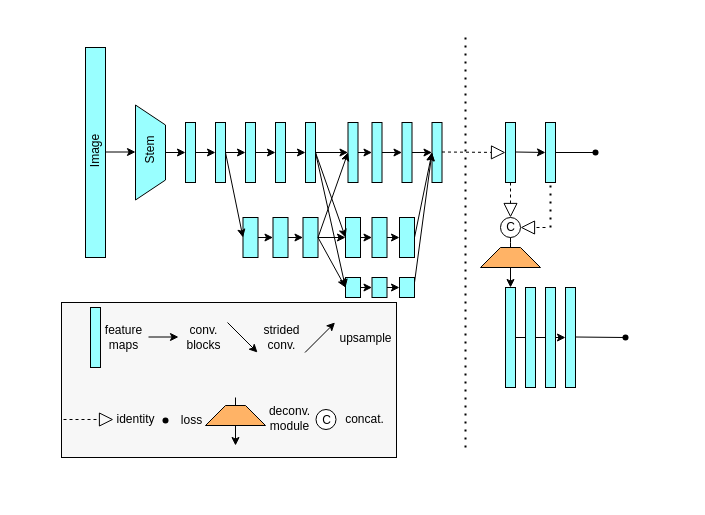
Before: 未命名绘图.drawio in lnavader/front-end, a draw.io diagram. Source tidied: cells renumbered, new cells numbered last; positions are measured from the earlier drawing's top-left corner, leaving out a move shared by most shapes. Both pictures are drawn from the tidied source at 100%, with x=0, y=0 at pixel (61, 37).
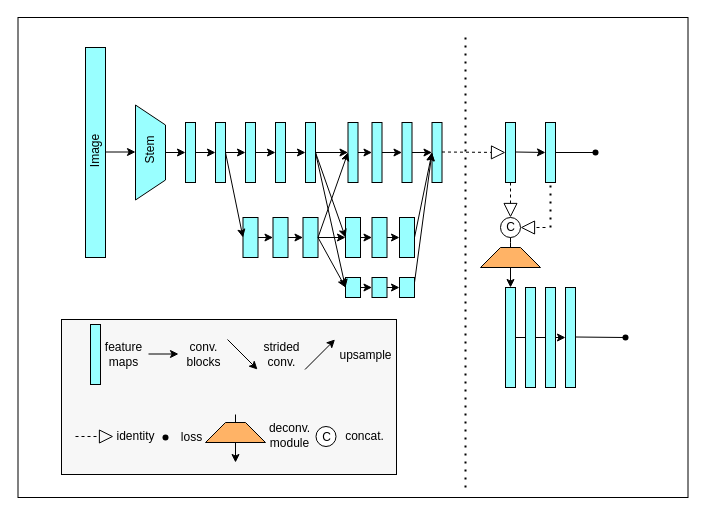
The same page after the edit.

Diff of the diagram source:
```diff
@@
+    <mxCell id="92" style="rounded=0;whiteSpace=wrap;html=1;fillColor=#FFFFFF;" parent="1" vertex="1">
+      <mxGeometry x="-43.5" y="-20" width="670" height="480" as="geometry" />
+    </mxCell>
     <mxCell id="2" style="rounded=0;whiteSpace=wrap;html=1;fillColor=#F7F7F7;" parent="1" vertex="1">
-      <mxGeometry y="265" width="335" height="155" as="geometry" />
+      <mxGeometry y="282" width="335" height="155" as="geometry" />
     </mxCell>
@@
     <mxCell id="51" style="endArrow=none;dashed=1;html=1;dashPattern=1 3;strokeWidth=2;rounded=0;" parent="1" edge="1">
       <mxGeometry relative="1" as="geometry">
-        <mxPoint x="404" y="410" as="sourcePoint" />
+        <mxPoint x="404" y="450" as="sourcePoint" />
         <mxPoint x="404" as="targetPoint" />
       </mxGeometry>
     </mxCell>
@@
     <mxCell id="69" style="rounded=0;whiteSpace=wrap;html=1;fillColor=#99FFFF;" parent="1" vertex="1">
-      <mxGeometry x="29" y="270" width="10" height="60" as="geometry" />
+      <mxGeometry x="29" y="287" width="10" height="60" as="geometry" />
     </mxCell>
     <mxCell id="70" style="endArrow=classic;html=1;rounded=0;" parent="1" edge="1">
       <mxGeometry relative="1" as="geometry">
-        <mxPoint x="87" y="299.5" as="sourcePoint" />
-        <mxPoint x="117" y="299.5" as="targetPoint" />
+        <mxPoint x="87" y="316.5" as="sourcePoint" />
+        <mxPoint x="117" y="316.5" as="targetPoint" />
       </mxGeometry>
     </mxCell>
     <mxCell id="71" style="endArrow=classic;html=1;rounded=0;" parent="1" edge="1">
       <mxGeometry relative="1" as="geometry">
-        <mxPoint x="166" y="285" as="sourcePoint" />
-        <mxPoint x="196" y="315" as="targetPoint" />
+        <mxPoint x="166" y="302" as="sourcePoint" />
+        <mxPoint x="196" y="332" as="targetPoint" />
       </mxGeometry>
     </mxCell>
     <mxCell id="72" style="endArrow=classic;html=1;rounded=0;" parent="1" edge="1">
       <mxGeometry relative="1" as="geometry">
-        <mxPoint x="243.5" y="315" as="sourcePoint" />
-        <mxPoint x="273.5" y="285" as="targetPoint" />
+        <mxPoint x="243.5" y="332" as="sourcePoint" />
+        <mxPoint x="273.5" y="302" as="targetPoint" />
       </mxGeometry>
     </mxCell>
     <mxCell id="73" style="endArrow=block;dashed=1;endFill=0;endSize=12;html=1;rounded=0;" parent="1" edge="1">
       <mxGeometry relative="1" as="geometry">
-        <mxPoint x="2" y="382" as="sourcePoint" />
-        <mxPoint x="52" y="382" as="targetPoint" />
+        <mxPoint x="14" y="399" as="sourcePoint" />
+        <mxPoint x="52" y="399" as="targetPoint" />
       </mxGeometry>
     </mxCell>
     <mxCell id="74" style="shape=waypoint;sketch=0;fillStyle=solid;size=6;fillColor=none;perimeter=centerPerimeter;" parent="1" vertex="1">
-      <mxGeometry x="84" y="363" width="40" height="40" as="geometry" />
+      <mxGeometry x="84" y="380" width="40" height="40" as="geometry" />
     </mxCell>
     <mxCell id="75" style="ellipse;whiteSpace=wrap;html=1;" parent="1" vertex="1">
-      <mxGeometry x="254.5" y="372" width="20" height="20" as="geometry" />
+      <mxGeometry x="254.5" y="389" width="20" height="20" as="geometry" />
     </mxCell>
     <mxCell id="76" value="feature&lt;br&gt;maps" style="text;html=1;align=center;verticalAlign=middle;fillColor=none;strokeColor=none;rounded=0;" parent="1" vertex="1">
-      <mxGeometry x="32" y="280" width="60" height="40" as="geometry" />
+      <mxGeometry x="32" y="297" width="60" height="40" as="geometry" />
     </mxCell>
     <mxCell id="77" value="conv.&lt;br&gt;blocks" style="text;html=1;align=center;verticalAlign=middle;fillColor=none;strokeColor=none;rounded=0;" parent="1" vertex="1">
-      <mxGeometry x="112" y="280" width="60" height="40" as="geometry" />
+      <mxGeometry x="112" y="297" width="60" height="40" as="geometry" />
     </mxCell>
     <mxCell id="78" value="strided&lt;br&gt;conv." style="text;html=1;align=center;verticalAlign=middle;fillColor=none;strokeColor=none;rounded=0;" parent="1" vertex="1">
-      <mxGeometry x="190" y="280" width="60" height="40" as="geometry" />
+      <mxGeometry x="190" y="297" width="60" height="40" as="geometry" />
     </mxCell>
     <mxCell id="79" value="upsample" style="text;html=1;align=center;verticalAlign=middle;fillColor=none;strokeColor=none;rounded=0;" parent="1" vertex="1">
-      <mxGeometry x="264" y="286" width="80" height="30" as="geometry" />
+      <mxGeometry x="264" y="303" width="80" height="30" as="geometry" />
     </mxCell>
     <mxCell id="80" value="identity" style="text;html=1;align=center;verticalAlign=middle;fillColor=none;strokeColor=none;rounded=0;" parent="1" vertex="1">
-      <mxGeometry x="44" y="367" width="60" height="30" as="geometry" />
+      <mxGeometry x="44" y="384" width="60" height="30" as="geometry" />
     </mxCell>
     <mxCell id="81" value="loss" style="text;html=1;align=center;verticalAlign=middle;fillColor=none;strokeColor=none;rounded=0;" parent="1" vertex="1">
-      <mxGeometry x="110" y="368" width="40" height="30" as="geometry" />
+      <mxGeometry x="110" y="385" width="40" height="30" as="geometry" />
     </mxCell>
     <mxCell id="82" value="deconv.&lt;br&gt;module" style="text;html=1;align=center;verticalAlign=middle;fillColor=none;strokeColor=none;rounded=0;" parent="1" vertex="1">
-      <mxGeometry x="198" y="361" width="60" height="40" as="geometry" />
+      <mxGeometry x="198" y="378" width="60" height="40" as="geometry" />
     </mxCell>
     <mxCell id="83" style="endArrow=classic;html=1;rounded=0;startArrow=none;" parent="1" edge="1">
       <mxGeometry relative="1" as="geometry">
-        <mxPoint x="174" y="386" as="sourcePoint" />
-        <mxPoint x="174" y="408" as="targetPoint" />
+        <mxPoint x="174" y="403" as="sourcePoint" />
+        <mxPoint x="174" y="425" as="targetPoint" />
       </mxGeometry>
     </mxCell>
     <mxCell id="84" style="shape=trapezoid;perimeter=trapezoidPerimeter;whiteSpace=wrap;html=1;fixedSize=1;fillColor=#FFB366;" parent="1" vertex="1">
-      <mxGeometry x="144" y="368" width="60" height="20" as="geometry" />
+      <mxGeometry x="144" y="385" width="60" height="20" as="geometry" />
     </mxCell>
     <mxCell id="85" style="endArrow=none;html=1;rounded=0;" parent="1" edge="1" target="84">
       <mxGeometry relative="1" as="geometry">
-        <mxPoint x="174" y="360" as="sourcePoint" />
+        <mxPoint x="174" y="377" as="sourcePoint" />
       </mxGeometry>
     </mxCell>
     <mxCell id="86" value="concat." style="text;html=1;align=center;verticalAlign=middle;fillColor=none;strokeColor=none;rounded=0;" parent="1" vertex="1">
-      <mxGeometry x="272.5" y="367" width="60" height="30" as="geometry" />
+      <mxGeometry x="272.5" y="384" width="60" height="30" as="geometry" />
     </mxCell>
@@
     <mxCell id="89" value="C" style="text;html=1;align=center;verticalAlign=middle;fillColor=none;strokeColor=none;rounded=0;" parent="1" vertex="1">
-      <mxGeometry x="249.5" y="368" width="30" height="30" as="geometry" />
+      <mxGeometry x="249.5" y="385" width="30" height="30" as="geometry" />
     </mxCell>
```
